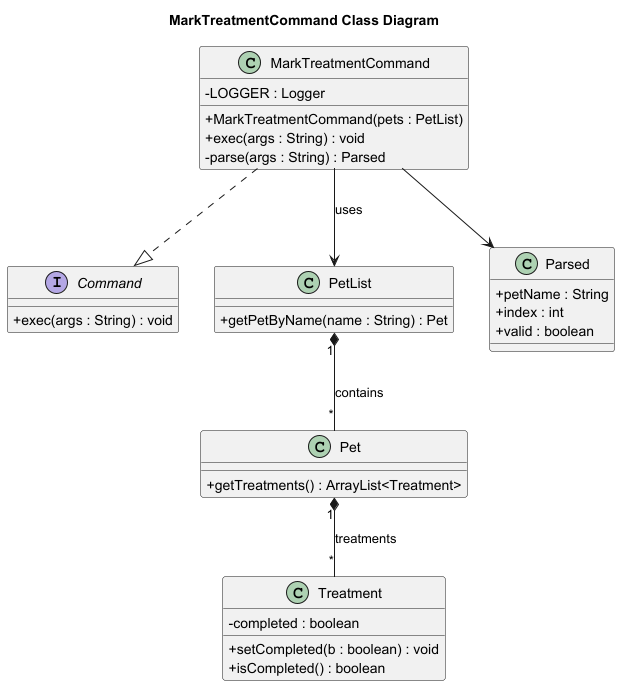
Earlier version of the PlantUML export docs/diagrams/MarkTreatmentCommand_Class_Diagram.png (Kevin88866/tp). Source of this version:
```plantuml
@startuml
skinparam classAttributeIconSize 0
title MarkTreatmentCommand Class Diagram

interface Command {
  +exec(args : String) : void
}

class MarkTreatmentCommand {
  -LOGGER : Logger
  +MarkTreatmentCommand(pets : PetList)
  +exec(args : String) : void
  -parse(args : String) : Parsed
}

class PetList {
  +getPetByName(name : String) : Pet
}

class Pet {
  +getTreatments() : ArrayList<Treatment>
}

class Treatment {
  -completed : boolean
  +setCompleted(b : boolean) : void
  +isCompleted() : boolean
}

class Parsed {
  +petName : String
  +index : int
  +valid : boolean
}

MarkTreatmentCommand ..|> Command
MarkTreatmentCommand --> PetList : uses
PetList "1" *-- "*" Pet : contains
Pet "1" *-- "*" Treatment : treatments
MarkTreatmentCommand --> Parsed

@enduml
```
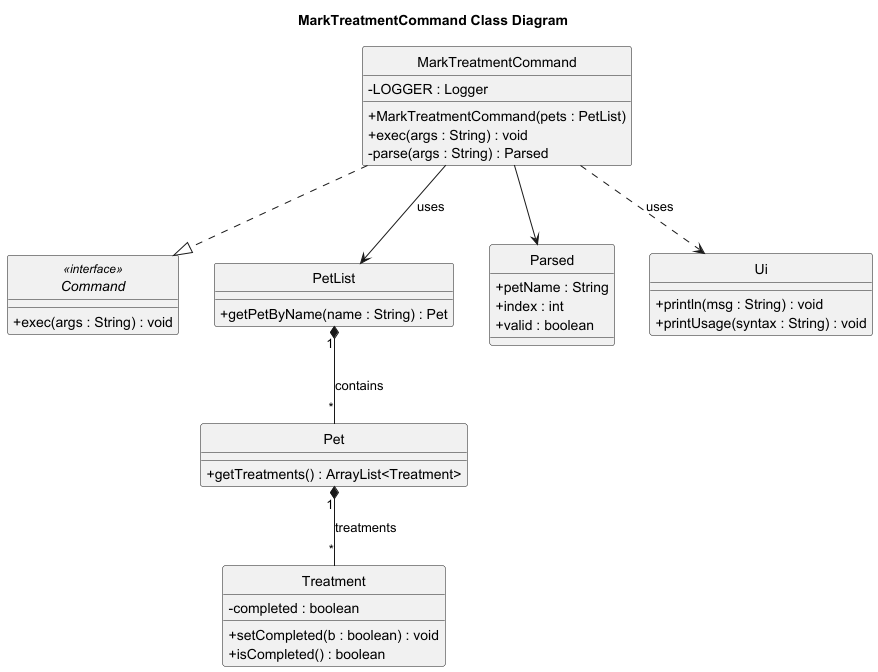
Above is the later version.

What changed in the source:
```diff
@@ -1,8 +1,9 @@
 @startuml
 skinparam classAttributeIconSize 0
 title MarkTreatmentCommand Class Diagram
+hide circle
 
-interface Command {
+interface Command <<interface>>{
   +exec(args : String) : void
 }
 
@@ -38,5 +39,9 @@
 PetList "1" *-- "*" Pet : contains
 Pet "1" *-- "*" Treatment : treatments
 MarkTreatmentCommand --> Parsed
-
+class Ui {
+  +println(msg : String) : void
+  +printUsage(syntax : String) : void
+}
+MarkTreatmentCommand ..> Ui : uses
 @enduml
```
